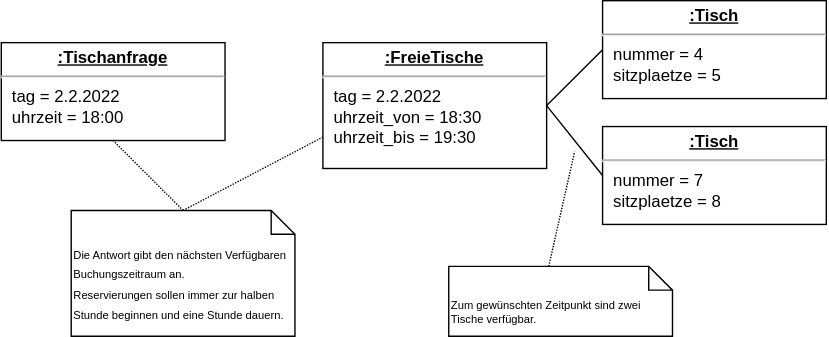
This is diagramme/UML-Object_1_FreieTischeAnfragen.drawio.svg from gsoTH/tischreservierung, a draw.io export, as it was before one commit. Source tidied: cells renumbered, new cells last; positions are measured from the earlier drawing's top-left corner, leaving out a move shared by most shapes. Source of this version:
```xml
<mxGraphModel>
  <root>
    <mxCell id="0" />
    <mxCell id="1" parent="0" />
    <mxCell id="2" value="&lt;p style=&quot;margin:0px;margin-top:4px;text-align:center;text-decoration:underline;&quot;&gt;&lt;b&gt;:Tischanfrage&lt;/b&gt;&lt;/p&gt;&lt;hr&gt;&lt;p style=&quot;margin:0px;margin-left:8px;&quot;&gt;tag = 2.2.2022&lt;br&gt;uhrzeit = 18:00&lt;br&gt;&lt;br&gt;&lt;/p&gt;" style="verticalAlign=top;align=left;overflow=fill;fontSize=12;fontFamily=Helvetica;html=1;" parent="1" vertex="1">
      <mxGeometry y="30" width="160" height="70" as="geometry" />
    </mxCell>
    <mxCell id="3" value="&lt;p style=&quot;margin:0px;margin-top:4px;text-align:center;text-decoration:underline;&quot;&gt;&lt;b&gt;:FreieTische&lt;br&gt;&lt;/b&gt;&lt;/p&gt;&lt;hr&gt;&lt;p style=&quot;margin:0px;margin-left:8px;&quot;&gt;tag = 2.2.2022&lt;br&gt;uhrzeit_von = 18:30&lt;/p&gt;&lt;p style=&quot;margin:0px;margin-left:8px;&quot;&gt;uhrzeit_bis = 19:30&lt;br&gt;&lt;/p&gt;" style="verticalAlign=top;align=left;overflow=fill;fontSize=12;fontFamily=Helvetica;html=1;" parent="1" vertex="1">
      <mxGeometry x="230" y="30" width="160" height="90" as="geometry" />
    </mxCell>
    <mxCell id="4" value="&lt;p style=&quot;margin:0px;margin-top:4px;text-align:center;text-decoration:underline;&quot;&gt;&lt;b&gt;:Tisch&lt;br&gt;&lt;/b&gt;&lt;/p&gt;&lt;hr&gt;&lt;p style=&quot;margin:0px;margin-left:8px;&quot;&gt;nummer = 4&lt;br&gt;sitzplaetze = 5&lt;/p&gt;&lt;p style=&quot;margin:0px;margin-left:8px;&quot;&gt;&lt;br&gt;&lt;/p&gt;" style="verticalAlign=top;align=left;overflow=fill;fontSize=12;fontFamily=Helvetica;html=1;" parent="1" vertex="1">
      <mxGeometry x="430" width="160" height="70" as="geometry" />
    </mxCell>
    <mxCell id="5" value="&lt;p style=&quot;margin:0px;margin-top:4px;text-align:center;text-decoration:underline;&quot;&gt;&lt;b&gt;:Tisch&lt;br&gt;&lt;/b&gt;&lt;/p&gt;&lt;hr&gt;&lt;p style=&quot;margin:0px;margin-left:8px;&quot;&gt;nummer = 7&lt;br&gt;sitzplaetze = 8&lt;br&gt;&lt;/p&gt;&lt;p style=&quot;margin:0px;margin-left:8px;&quot;&gt;&lt;br&gt;&lt;/p&gt;" style="verticalAlign=top;align=left;overflow=fill;fontSize=12;fontFamily=Helvetica;html=1;" parent="1" vertex="1">
      <mxGeometry x="430" y="90" width="160" height="70" as="geometry" />
    </mxCell>
    <mxCell id="6" style="endArrow=none;html=1;rounded=0;exitX=1;exitY=0.5;exitDx=0;exitDy=0;entryX=0;entryY=0.5;entryDx=0;entryDy=0;" parent="1" edge="1" source="3" target="4">
      <mxGeometry relative="1" as="geometry" />
    </mxCell>
    <mxCell id="7" style="endArrow=none;html=1;rounded=0;exitX=1;exitY=0.5;exitDx=0;exitDy=0;entryX=0;entryY=0.5;entryDx=0;entryDy=0;" parent="1" edge="1" source="3" target="5">
      <mxGeometry relative="1" as="geometry" />
    </mxCell>
    <mxCell id="8" value="&lt;font style=&quot;font-size: 8px;&quot;&gt;Die Antwort gibt den nächsten Verfügbaren Buchungszeitraum an. &lt;br&gt;Reservierungen sollen immer zur halben Stunde beginnen und eine Stunde dauern.&lt;/font&gt;" style="shape=note2;boundedLbl=1;whiteSpace=wrap;html=1;size=17;verticalAlign=top;align=left;labelPosition=center;verticalLabelPosition=middle;" parent="1" vertex="1">
      <mxGeometry x="50" y="150" width="160" height="90" as="geometry" />
    </mxCell>
    <mxCell id="9" style="endArrow=none;dashed=1;html=1;rounded=0;fontSize=8;dashPattern=1 1;exitX=0.5;exitY=0;exitDx=0;exitDy=0;exitPerimeter=0;entryX=0;entryY=0.75;entryDx=0;entryDy=0;" parent="1" edge="1" source="8" target="3">
      <mxGeometry relative="1" as="geometry" />
    </mxCell>
    <mxCell id="10" style="endArrow=none;dashed=1;html=1;rounded=0;fontSize=8;dashPattern=1 1;entryX=0.5;entryY=1;entryDx=0;entryDy=0;" parent="1" edge="1" target="2">
      <mxGeometry relative="1" as="geometry">
        <mxPoint x="130" y="150" as="sourcePoint" />
      </mxGeometry>
    </mxCell>
    <mxCell id="11" value="Zum gewünschten Zeitpunkt sind zwei Tische verfügbar." style="shape=note2;boundedLbl=1;whiteSpace=wrap;html=1;size=17;verticalAlign=top;align=left;labelPosition=center;verticalLabelPosition=middle;fontSize=8;" parent="1" vertex="1">
      <mxGeometry x="320" y="190" width="160" height="50" as="geometry" />
    </mxCell>
    <mxCell id="12" style="endArrow=none;dashed=1;html=1;rounded=0;fontSize=8;dashPattern=1 1;exitX=0;exitY=0;exitDx=71.5;exitDy=0;exitPerimeter=0;" parent="1" edge="1" source="11">
      <mxGeometry relative="1" as="geometry">
        <mxPoint x="410" y="108" as="targetPoint" />
      </mxGeometry>
    </mxCell>
  </root>
</mxGraphModel>
```
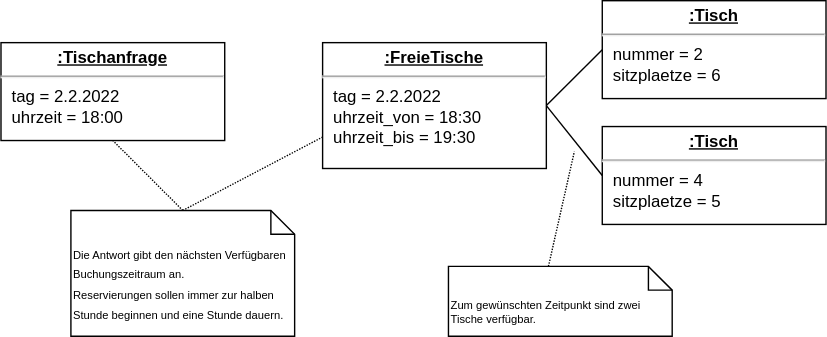
Later version of the same file.

Commit message:
Nummern der Tische angepasst

Diff of the diagram source:
```diff
@@ -8,10 +8,10 @@
     <mxCell id="3" value="&lt;p style=&quot;margin:0px;margin-top:4px;text-align:center;text-decoration:underline;&quot;&gt;&lt;b&gt;:FreieTische&lt;br&gt;&lt;/b&gt;&lt;/p&gt;&lt;hr&gt;&lt;p style=&quot;margin:0px;margin-left:8px;&quot;&gt;tag = 2.2.2022&lt;br&gt;uhrzeit_von = 18:30&lt;/p&gt;&lt;p style=&quot;margin:0px;margin-left:8px;&quot;&gt;uhrzeit_bis = 19:30&lt;br&gt;&lt;/p&gt;" style="verticalAlign=top;align=left;overflow=fill;fontSize=12;fontFamily=Helvetica;html=1;" parent="1" vertex="1">
       <mxGeometry x="230" y="30" width="160" height="90" as="geometry" />
     </mxCell>
-    <mxCell id="4" value="&lt;p style=&quot;margin:0px;margin-top:4px;text-align:center;text-decoration:underline;&quot;&gt;&lt;b&gt;:Tisch&lt;br&gt;&lt;/b&gt;&lt;/p&gt;&lt;hr&gt;&lt;p style=&quot;margin:0px;margin-left:8px;&quot;&gt;nummer = 4&lt;br&gt;sitzplaetze = 5&lt;/p&gt;&lt;p style=&quot;margin:0px;margin-left:8px;&quot;&gt;&lt;br&gt;&lt;/p&gt;" style="verticalAlign=top;align=left;overflow=fill;fontSize=12;fontFamily=Helvetica;html=1;" parent="1" vertex="1">
+    <mxCell id="4" value="&lt;p style=&quot;margin:0px;margin-top:4px;text-align:center;text-decoration:underline;&quot;&gt;&lt;b&gt;:Tisch&lt;br&gt;&lt;/b&gt;&lt;/p&gt;&lt;hr&gt;&lt;p style=&quot;margin:0px;margin-left:8px;&quot;&gt;nummer = 2&lt;br&gt;sitzplaetze = 6&lt;/p&gt;&lt;p style=&quot;margin:0px;margin-left:8px;&quot;&gt;&lt;br&gt;&lt;/p&gt;" style="verticalAlign=top;align=left;overflow=fill;fontSize=12;fontFamily=Helvetica;html=1;" parent="1" vertex="1">
       <mxGeometry x="430" width="160" height="70" as="geometry" />
     </mxCell>
-    <mxCell id="5" value="&lt;p style=&quot;margin:0px;margin-top:4px;text-align:center;text-decoration:underline;&quot;&gt;&lt;b&gt;:Tisch&lt;br&gt;&lt;/b&gt;&lt;/p&gt;&lt;hr&gt;&lt;p style=&quot;margin:0px;margin-left:8px;&quot;&gt;nummer = 7&lt;br&gt;sitzplaetze = 8&lt;br&gt;&lt;/p&gt;&lt;p style=&quot;margin:0px;margin-left:8px;&quot;&gt;&lt;br&gt;&lt;/p&gt;" style="verticalAlign=top;align=left;overflow=fill;fontSize=12;fontFamily=Helvetica;html=1;" parent="1" vertex="1">
+    <mxCell id="5" value="&lt;p style=&quot;margin:0px;margin-top:4px;text-align:center;text-decoration:underline;&quot;&gt;&lt;b&gt;:Tisch&lt;br&gt;&lt;/b&gt;&lt;/p&gt;&lt;hr&gt;&lt;p style=&quot;margin:0px;margin-left:8px;&quot;&gt;nummer = 4&lt;br&gt;sitzplaetze = 5&lt;br&gt;&lt;/p&gt;&lt;p style=&quot;margin:0px;margin-left:8px;&quot;&gt;&lt;br&gt;&lt;/p&gt;" style="verticalAlign=top;align=left;overflow=fill;fontSize=12;fontFamily=Helvetica;html=1;" parent="1" vertex="1">
       <mxGeometry x="430" y="90" width="160" height="70" as="geometry" />
     </mxCell>
     <mxCell id="6" style="endArrow=none;html=1;rounded=0;exitX=1;exitY=0.5;exitDx=0;exitDy=0;entryX=0;entryY=0.5;entryDx=0;entryDy=0;" parent="1" edge="1" source="3" target="4">
```
